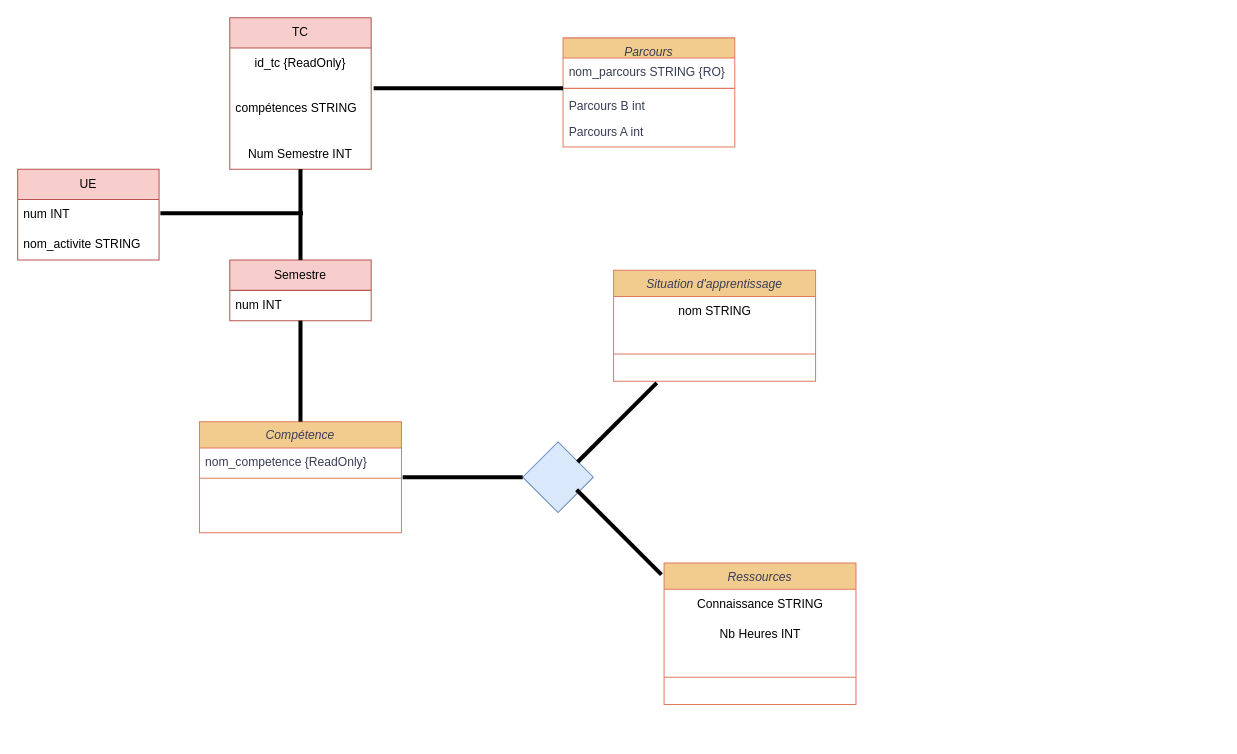
Above: Untitled Diagram.drawio in LucasOtw/SAE-1.04-BDD (draw.io), before the change. Source tidied: cells renumbered, new cells numbered last; positions are measured from the earlier drawing's top-left corner, leaving out a move shared by most shapes. Both pictures are drawn from the tidied source at 101%, with x=0, y=0 at pixel (17, -7).
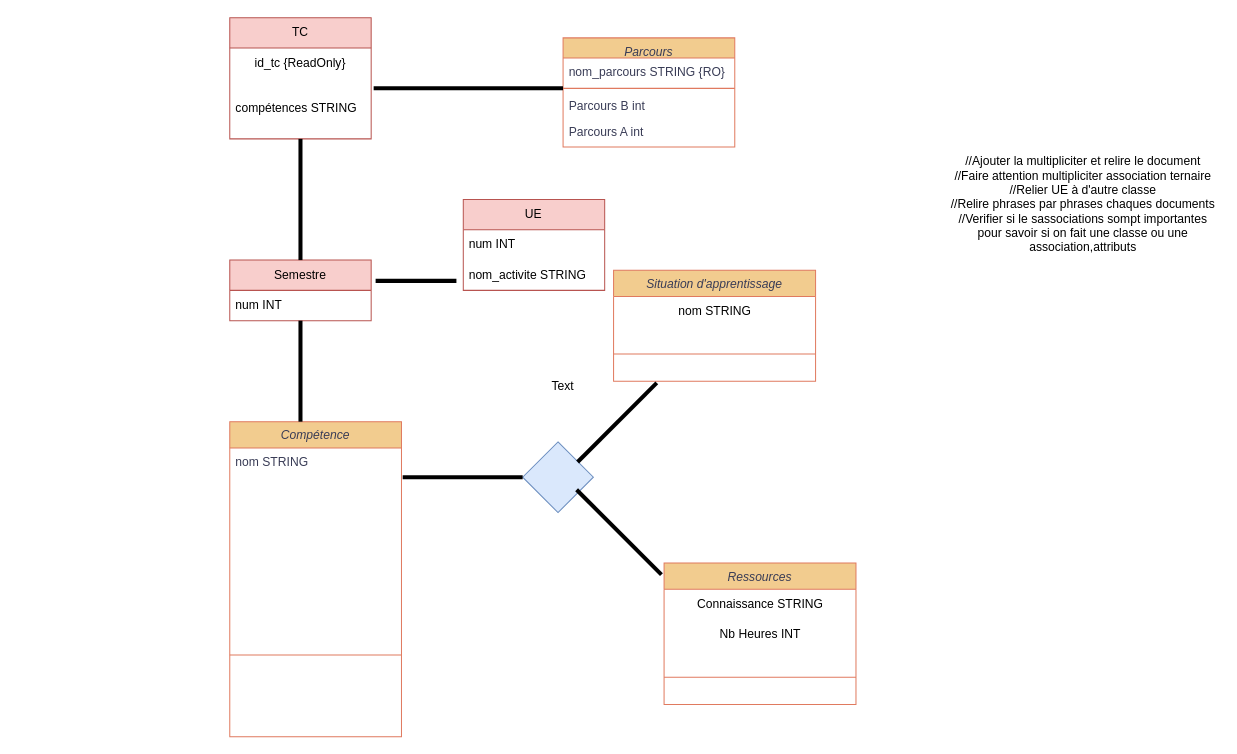
After the change.

Commit message:
Ajout des commentaires de la prof.drawio

The edit, as a diff of the source:
```diff
@@
     <mxCell id="7" value="Compétence" style="swimlane;fontStyle=2;align=center;verticalAlign=top;horizontal=1;startSize=26;rounded=0;shadow=0;strokeWidth=1;labelBackgroundColor=none;fillColor=#F2CC8F;strokeColor=#E07A5F;fontColor=#393C56;" parent="1" vertex="1">
-      <mxGeometry x="180" y="424" width="200" height="110" as="geometry" />
+      <mxGeometry x="210" y="424" width="170" height="312" as="geometry" />
     </mxCell>
-    <mxCell id="8" value="nom_competence {ReadOnly}" style="text;align=left;verticalAlign=top;spacingLeft=4;spacingRight=4;overflow=hidden;labelBackgroundColor=none;fontColor=#393C56;" parent="7" vertex="1">
-      <mxGeometry y="26" width="200" height="26" as="geometry" />
+    <mxCell id="8" value="nom STRING&#10;&#10;" style="text;align=left;verticalAlign=top;spacingLeft=4;spacingRight=4;overflow=hidden;labelBackgroundColor=none;fontColor=#393C56;" parent="7" vertex="1">
+      <mxGeometry y="26" width="170" height="124" as="geometry" />
     </mxCell>
     <mxCell id="9" style="line;html=1;strokeWidth=1;align=left;verticalAlign=middle;spacingTop=-1;spacingLeft=3;spacingRight=3;labelPosition=right;labelBackgroundColor=none;fillColor=#F2CC8F;strokeColor=#E07A5F;fontColor=#393C56;" parent="7" vertex="1">
-      <mxGeometry y="52" width="200" height="8" as="geometry" />
+      <mxGeometry y="150" width="170" height="162" as="geometry" />
     </mxCell>
     <mxCell id="10" value="UE" style="swimlane;fontStyle=0;horizontal=1;startSize=30;whiteSpace=wrap;html=1;fillColor=#f8cecc;strokeColor=#b85450;" parent="1" vertex="1">
-      <mxGeometry y="174" width="140" height="90" as="geometry" />
+      <mxGeometry x="441.2" y="204" width="140" height="90" as="geometry" />
     </mxCell>
@@
     <mxCell id="13" value="TC" style="swimlane;fontStyle=0;horizontal=1;startSize=30;whiteSpace=wrap;html=1;fillColor=#f8cecc;strokeColor=#b85450;" parent="1" vertex="1">
-      <mxGeometry x="210" y="24" width="140" height="150" as="geometry" />
+      <mxGeometry x="210" y="24" width="140" height="120" as="geometry" />
     </mxCell>
@@
-    <mxCell id="16" value="Num Semestre INT" style="text;html=1;strokeColor=none;fillColor=none;align=center;verticalAlign=middle;whiteSpace=wrap;rounded=0;" parent="13" vertex="1">
-      <mxGeometry y="120" width="140" height="30" as="geometry" />
-    </mxCell>
@@
     <mxCell id="20" style="line;strokeWidth=4;direction=south;html=1;perimeter=backbonePerimeter;" parent="1" vertex="1">
-      <mxGeometry x="275" y="174" width="10" height="90" as="geometry" />
+      <mxGeometry x="275" y="144" width="10" height="120" as="geometry" />
     </mxCell>
@@
     <mxCell id="26" style="line;strokeWidth=4;direction=south;html=1;perimeter=backbonePerimeter;rotation=-90;" parent="1" vertex="1">
-      <mxGeometry x="206.9" y="147.1" width="10" height="141.2" as="geometry" />
+      <mxGeometry x="389.4" y="244.6" width="10" height="80" as="geometry" />
     </mxCell>
@@
+    <mxCell id="34" value="Text" style="text;html=1;strokeColor=none;fillColor=none;align=center;verticalAlign=middle;whiteSpace=wrap;rounded=0;" parent="1" vertex="1">
+      <mxGeometry x="510" y="374" width="60" height="30" as="geometry" />
+    </mxCell>
+    <mxCell id="35" value="&lt;div&gt;//Ajouter la multipliciter et relire le document&lt;/div&gt;&lt;div&gt;//Faire attention multipliciter association ternaire&lt;/div&gt;&lt;div&gt;//Relier UE à d'autre classe&lt;/div&gt;&lt;div&gt;//Relire phrases par phrases chaques documents&lt;/div&gt;&lt;div&gt;//Verifier si le sassociations sompt importantes pour savoir si on fait une classe ou une association,attributs&lt;br&gt;&lt;/div&gt;" style="text;html=1;strokeColor=none;fillColor=none;align=center;verticalAlign=middle;whiteSpace=wrap;rounded=0;" parent="1" vertex="1">
+      <mxGeometry x="920" y="83" width="270" height="251" as="geometry" />
+    </mxCell>
```
